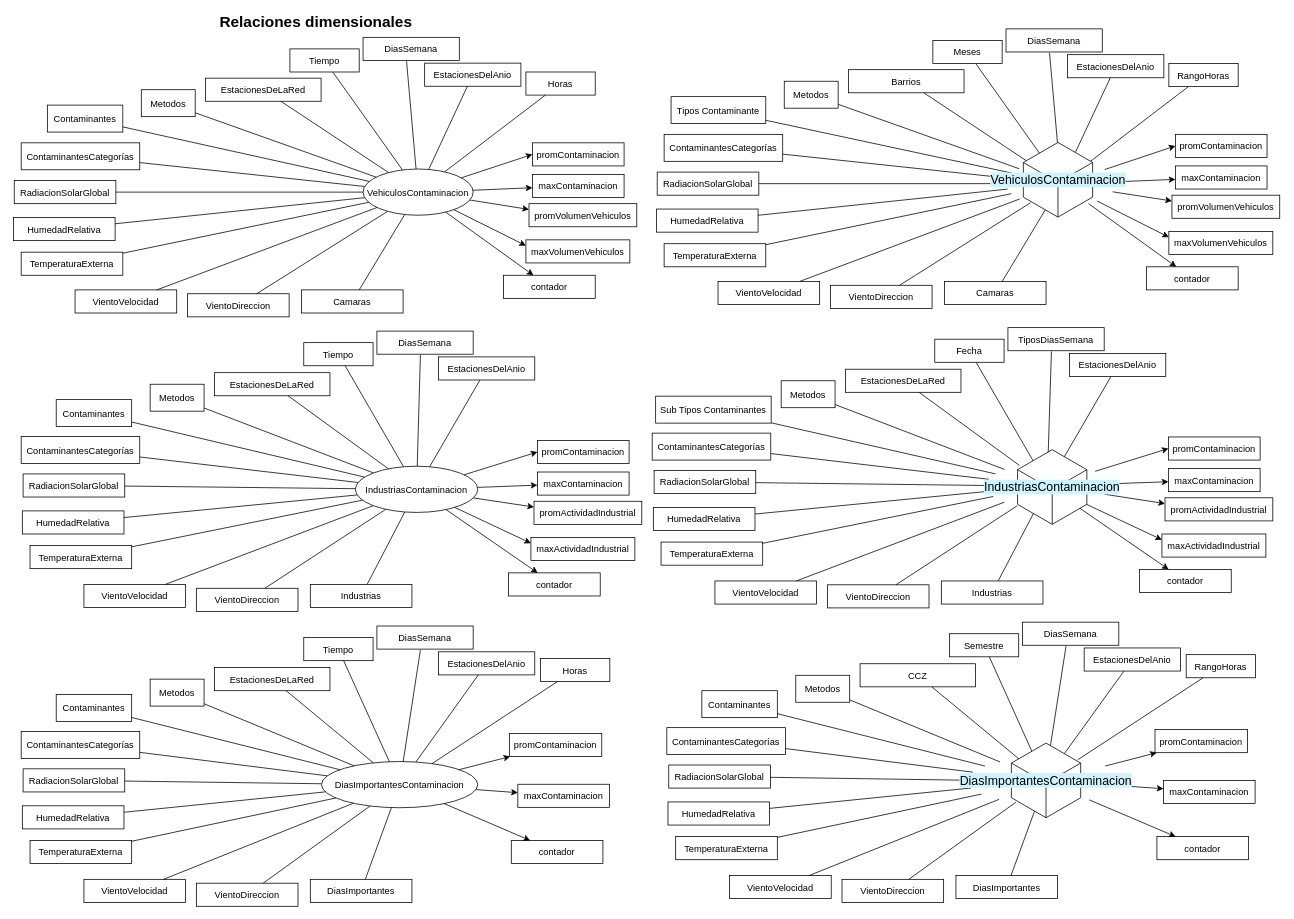
The draw.io diagram 2. Diseño conceptual/Relaciones dimensionales.drawio.xml in gonzalomelov/dw-calidad-aire-docs, before the edit. Source tidied: cells renumbered, new cells numbered last; positions are measured from the earlier drawing's top-left corner, leaving out a move shared by most shapes. Both pictures are drawn from the tidied source at 77%, with x=0, y=0 at pixel (13, 14).
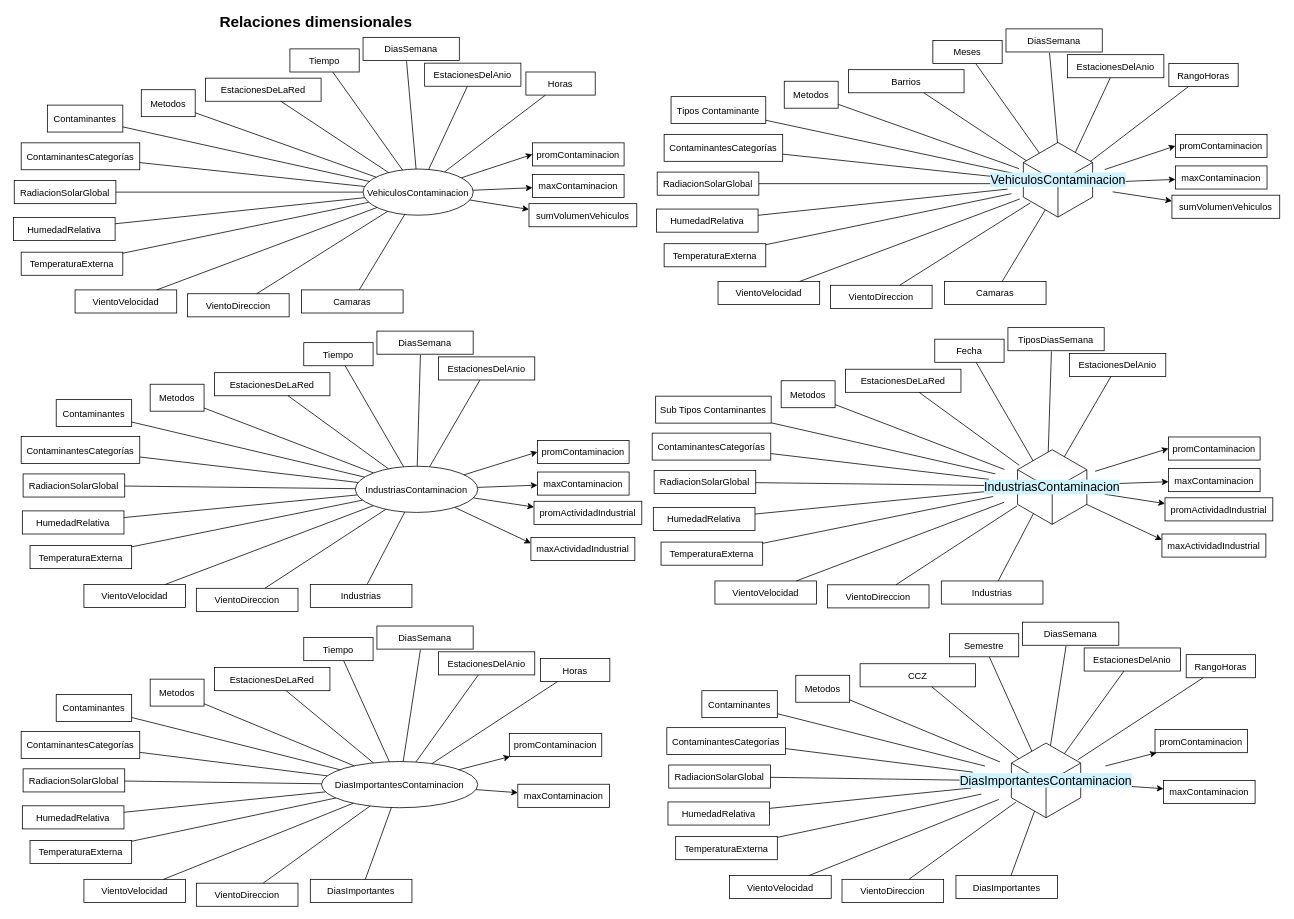
Above is the later version.

Unchanged cells that the change refers to:
```xml
<mxCell id="8" value="IndustriasContaminacion" style="ellipse;" parent="1" vertex="1">
  <mxGeometry x="444" y="587" width="159" height="60" as="geometry" />
</mxCell>
<mxCell id="35" value="VehiculosContaminacion" style="ellipse;" parent="1" vertex="1">
  <mxGeometry x="454" y="201" width="143" height="60" as="geometry" />
</mxCell>
<mxCell id="71" value="DiasImportantesContaminacion" style="ellipse;" parent="1" vertex="1">
  <mxGeometry x="400" y="970.5" width="203" height="60" as="geometry" />
</mxCell>
```

The edit, as a diff of the source:
```diff
@@
-    <mxCell id="15" value="promVolumenVehiculos" parent="1" vertex="1">
+    <mxCell id="15" value="sumVolumenVehiculos" parent="1" vertex="1">
       <mxGeometry x="669.5" y="246" width="140" height="30" as="geometry" />
     </mxCell>
@@
-    <mxCell id="17" value="maxVolumenVehiculos" parent="1" vertex="1">
-      <mxGeometry x="665.5" y="293" width="135" height="30" as="geometry" />
-    </mxCell>
-    <mxCell id="18" style="edgeStyle=none;entryX=0;entryY=0.25;" parent="1" edge="1" source="35" target="17">
-      <mxGeometry relative="1" as="geometry" />
-    </mxCell>
@@
-    <mxCell id="100" value="contador" parent="1" vertex="1">
-      <mxGeometry x="636.5" y="339" width="119" height="30" as="geometry" />
-    </mxCell>
-    <mxCell id="101" style="edgeStyle=none;" parent="1" edge="1" source="35" target="100">
-      <mxGeometry relative="1" as="geometry" />
-    </mxCell>
@@
-    <mxCell id="110" value="contador" parent="1" vertex="1">
-      <mxGeometry x="643" y="725.5" width="119" height="30" as="geometry" />
-    </mxCell>
-    <mxCell id="111" style="edgeStyle=none;" parent="1" edge="1" source="8" target="110">
-      <mxGeometry relative="1" as="geometry" />
-    </mxCell>
-    <mxCell id="112" value="contador" parent="1" vertex="1">
-      <mxGeometry x="646.5" y="1073" width="119" height="30" as="geometry" />
-    </mxCell>
-    <mxCell id="113" style="edgeStyle=none;" parent="1" edge="1" source="71" target="112">
-      <mxGeometry relative="1" as="geometry" />
-    </mxCell>
@@
-    <mxCell id="117" value="promVolumenVehiculos" parent="1" vertex="1">
+    <mxCell id="117" value="sumVolumenVehiculos" parent="1" vertex="1">
       <mxGeometry x="1504.5" y="235" width="140" height="30" as="geometry" />
     </mxCell>
@@
-    <mxCell id="119" value="maxVolumenVehiculos" parent="1" vertex="1">
-      <mxGeometry x="1500.5" y="282" width="135" height="30" as="geometry" />
-    </mxCell>
-    <mxCell id="120" style="edgeStyle=none;entryX=0;entryY=0.25;" parent="1" edge="1" target="119">
-      <mxGeometry relative="1" as="geometry">
-        <mxPoint x="1407.4" y="242.6" as="sourcePoint" />
-      </mxGeometry>
-    </mxCell>
@@
-    <mxCell id="150" value="contador" parent="1" vertex="1">
-      <mxGeometry x="1471.5" y="328" width="119" height="30" as="geometry" />
-    </mxCell>
-    <mxCell id="151" style="edgeStyle=none;" parent="1" edge="1" target="150">
-      <mxGeometry relative="1" as="geometry">
-        <mxPoint x="1396.2" y="246" as="sourcePoint" />
-      </mxGeometry>
-    </mxCell>
@@
-    <mxCell id="187" value="contador" parent="1" vertex="1">
-      <mxGeometry x="1462.5" y="721" width="119" height="30" as="geometry" />
-    </mxCell>
-    <mxCell id="188" style="edgeStyle=none;" parent="1" edge="1" target="187">
-      <mxGeometry relative="1" as="geometry">
-        <mxPoint x="1381" y="638.9" as="sourcePoint" />
-      </mxGeometry>
-    </mxCell>
@@
-    <mxCell id="222" value="contador" parent="1" vertex="1">
-      <mxGeometry x="1485" y="1068" width="119" height="30" as="geometry" />
-    </mxCell>
-    <mxCell id="223" style="edgeStyle=none;" parent="1" edge="1" target="222">
-      <mxGeometry relative="1" as="geometry">
-        <mxPoint x="1397.2" y="1020.3" as="sourcePoint" />
-      </mxGeometry>
-    </mxCell>
```
